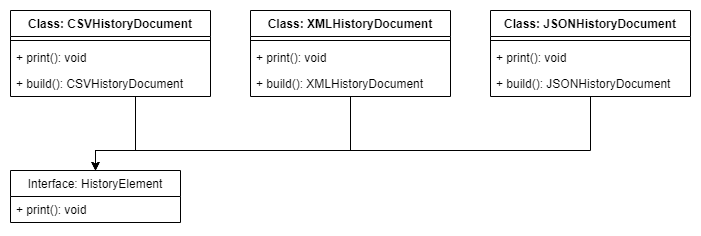
Nilsksk/Costtracker keeps this draw.io diagram as file/Diagramme/OCP-2.png. Above is the earlier version. Source tidied: cells renumbered, new cells last; positions are measured from the earlier drawing's top-left corner, leaving out a move shared by most shapes. Source of this version:
```xml
<mxGraphModel>
  <root>
    <mxCell id="0" />
    <mxCell id="1" parent="0" />
    <mxCell id="2" style="edgeStyle=orthogonalEdgeStyle;rounded=0;jettySize=auto;html=1;" parent="1" edge="1" source="3" target="7">
      <mxGeometry relative="1" as="geometry">
        <Array as="points">
          <mxPoint x="125" y="140" />
          <mxPoint x="85" y="140" />
        </Array>
      </mxGeometry>
    </mxCell>
    <mxCell id="3" value="Class: CSVHistoryDocument" style="swimlane;fontStyle=1;align=center;verticalAlign=top;horizontal=1;startSize=26;" parent="1" vertex="1">
      <mxGeometry width="200" height="86" as="geometry" />
    </mxCell>
    <mxCell id="4" style="line;strokeWidth=1;fillColor=none;align=left;verticalAlign=middle;spacingTop=-1;spacingLeft=3;spacingRight=3;labelPosition=right;" parent="3" vertex="1">
      <mxGeometry y="26" width="200" height="8" as="geometry" />
    </mxCell>
    <mxCell id="5" value="+ print(): void" style="text;strokeColor=none;fillColor=none;align=left;verticalAlign=top;spacingLeft=4;spacingRight=4;overflow=hidden;" parent="3" vertex="1">
      <mxGeometry y="34" width="200" height="26" as="geometry" />
    </mxCell>
    <mxCell id="6" value="+ build(): CSVHistoryDocument" style="text;strokeColor=none;fillColor=none;align=left;verticalAlign=top;spacingLeft=4;spacingRight=4;overflow=hidden;" parent="3" vertex="1">
      <mxGeometry y="60" width="200" height="26" as="geometry" />
    </mxCell>
    <mxCell id="7" value="Interface: HistoryElement" style="swimlane;fontStyle=0;horizontal=1;startSize=26;fillColor=none;" parent="1" vertex="1">
      <mxGeometry y="160" width="170" height="52" as="geometry" />
    </mxCell>
    <mxCell id="8" value="+ print(): void" style="text;strokeColor=none;fillColor=none;align=left;verticalAlign=top;spacingLeft=4;spacingRight=4;overflow=hidden;" parent="7" vertex="1">
      <mxGeometry y="26" width="170" height="26" as="geometry" />
    </mxCell>
    <mxCell id="9" style="edgeStyle=orthogonalEdgeStyle;rounded=0;jettySize=auto;html=1;entryX=0.5;entryY=0;entryDx=0;entryDy=0;" parent="1" edge="1" source="10" target="7">
      <mxGeometry relative="1" as="geometry">
        <Array as="points">
          <mxPoint x="340" y="140" />
          <mxPoint x="85" y="140" />
        </Array>
      </mxGeometry>
    </mxCell>
    <mxCell id="10" value="Class: XMLHistoryDocument" style="swimlane;fontStyle=1;align=center;verticalAlign=top;horizontal=1;startSize=26;" parent="1" vertex="1">
      <mxGeometry x="240" width="200" height="86" as="geometry" />
    </mxCell>
    <mxCell id="11" style="line;strokeWidth=1;fillColor=none;align=left;verticalAlign=middle;spacingTop=-1;spacingLeft=3;spacingRight=3;labelPosition=right;" parent="10" vertex="1">
      <mxGeometry y="26" width="200" height="8" as="geometry" />
    </mxCell>
    <mxCell id="12" value="+ print(): void" style="text;strokeColor=none;fillColor=none;align=left;verticalAlign=top;spacingLeft=4;spacingRight=4;overflow=hidden;" parent="10" vertex="1">
      <mxGeometry y="34" width="200" height="26" as="geometry" />
    </mxCell>
    <mxCell id="13" value="+ build(): XMLHistoryDocument" style="text;strokeColor=none;fillColor=none;align=left;verticalAlign=top;spacingLeft=4;spacingRight=4;overflow=hidden;" parent="10" vertex="1">
      <mxGeometry y="60" width="200" height="26" as="geometry" />
    </mxCell>
    <mxCell id="14" style="edgeStyle=orthogonalEdgeStyle;rounded=0;jettySize=auto;html=1;entryX=0.5;entryY=0;entryDx=0;entryDy=0;" parent="1" edge="1" source="15" target="7">
      <mxGeometry relative="1" as="geometry">
        <Array as="points">
          <mxPoint x="580" y="140" />
          <mxPoint x="85" y="140" />
        </Array>
      </mxGeometry>
    </mxCell>
    <mxCell id="15" value="Class: JSONHistoryDocument" style="swimlane;fontStyle=1;align=center;verticalAlign=top;horizontal=1;startSize=26;" parent="1" vertex="1">
      <mxGeometry x="480" width="200" height="86" as="geometry" />
    </mxCell>
    <mxCell id="16" style="line;strokeWidth=1;fillColor=none;align=left;verticalAlign=middle;spacingTop=-1;spacingLeft=3;spacingRight=3;labelPosition=right;" parent="15" vertex="1">
      <mxGeometry y="26" width="200" height="8" as="geometry" />
    </mxCell>
    <mxCell id="17" value="+ print(): void" style="text;strokeColor=none;fillColor=none;align=left;verticalAlign=top;spacingLeft=4;spacingRight=4;overflow=hidden;" parent="15" vertex="1">
      <mxGeometry y="34" width="200" height="26" as="geometry" />
    </mxCell>
    <mxCell id="18" value="+ build(): JSONHistoryDocument" style="text;strokeColor=none;fillColor=none;align=left;verticalAlign=top;spacingLeft=4;spacingRight=4;overflow=hidden;" parent="15" vertex="1">
      <mxGeometry y="60" width="200" height="26" as="geometry" />
    </mxCell>
  </root>
</mxGraphModel>
```
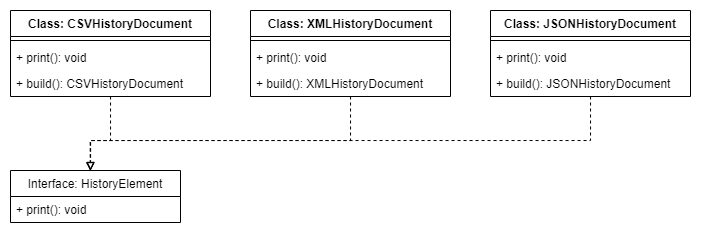
Above is the later version.

Change to the diagram source:
```diff
@@ -2,11 +2,11 @@
   <root>
     <mxCell id="0" />
     <mxCell id="1" parent="0" />
-    <mxCell id="2" style="edgeStyle=orthogonalEdgeStyle;rounded=0;jettySize=auto;html=1;" parent="1" edge="1" source="3" target="7">
+    <mxCell id="2" style="edgeStyle=orthogonalEdgeStyle;rounded=0;jettySize=auto;html=1;entryX=0.471;entryY=0;entryDx=0;entryDy=0;entryPerimeter=0;dashed=1;endArrow=block;endFill=0;" parent="1" edge="1" source="3" target="7">
       <mxGeometry relative="1" as="geometry">
         <Array as="points">
-          <mxPoint x="125" y="140" />
-          <mxPoint x="85" y="140" />
+          <mxPoint x="100" y="130" />
+          <mxPoint x="80" y="130" />
         </Array>
       </mxGeometry>
     </mxCell>
@@ -28,14 +28,15 @@
     <mxCell id="8" value="+ print(): void" style="text;strokeColor=none;fillColor=none;align=left;verticalAlign=top;spacingLeft=4;spacingRight=4;overflow=hidden;" parent="7" vertex="1">
       <mxGeometry y="26" width="170" height="26" as="geometry" />
     </mxCell>
-    <mxCell id="9" style="edgeStyle=orthogonalEdgeStyle;rounded=0;jettySize=auto;html=1;entryX=0.5;entryY=0;entryDx=0;entryDy=0;" parent="1" edge="1" source="10" target="7">
-      <mxGeometry relative="1" as="geometry">
-        <Array as="points">
-          <mxPoint x="340" y="140" />
-          <mxPoint x="85" y="140" />
-        </Array>
-      </mxGeometry>
-    </mxCell>
+    <mxCell id="19" style="edgeStyle=orthogonalEdgeStyle;rounded=0;jettySize=auto;html=1;dashed=1;endArrow=block;endFill=0;" parent="1" edge="1" source="10">
+      <mxGeometry relative="1" as="geometry">
+        <mxPoint x="80" y="160" as="targetPoint" />
+        <Array as="points">
+          <mxPoint x="340" y="130" />
+          <mxPoint x="80" y="130" />
+        </Array>
+      </mxGeometry>
+    </mxCell>
     <mxCell id="10" value="Class: XMLHistoryDocument" style="swimlane;fontStyle=1;align=center;verticalAlign=top;horizontal=1;startSize=26;" parent="1" vertex="1">
       <mxGeometry x="240" width="200" height="86" as="geometry" />
     </mxCell>
@@ -48,11 +49,11 @@
     <mxCell id="13" value="+ build(): XMLHistoryDocument" style="text;strokeColor=none;fillColor=none;align=left;verticalAlign=top;spacingLeft=4;spacingRight=4;overflow=hidden;" parent="10" vertex="1">
       <mxGeometry y="60" width="200" height="26" as="geometry" />
     </mxCell>
-    <mxCell id="14" style="edgeStyle=orthogonalEdgeStyle;rounded=0;jettySize=auto;html=1;entryX=0.5;entryY=0;entryDx=0;entryDy=0;" parent="1" edge="1" source="15" target="7">
+    <mxCell id="14" style="edgeStyle=orthogonalEdgeStyle;rounded=0;jettySize=auto;html=1;entryX=0.469;entryY=0.006;entryDx=0;entryDy=0;entryPerimeter=0;dashed=1;endArrow=block;endFill=0;" parent="1" edge="1" source="15" target="7">
       <mxGeometry relative="1" as="geometry">
         <Array as="points">
-          <mxPoint x="580" y="140" />
-          <mxPoint x="85" y="140" />
+          <mxPoint x="580" y="130" />
+          <mxPoint x="80" y="130" />
         </Array>
       </mxGeometry>
     </mxCell>
```
